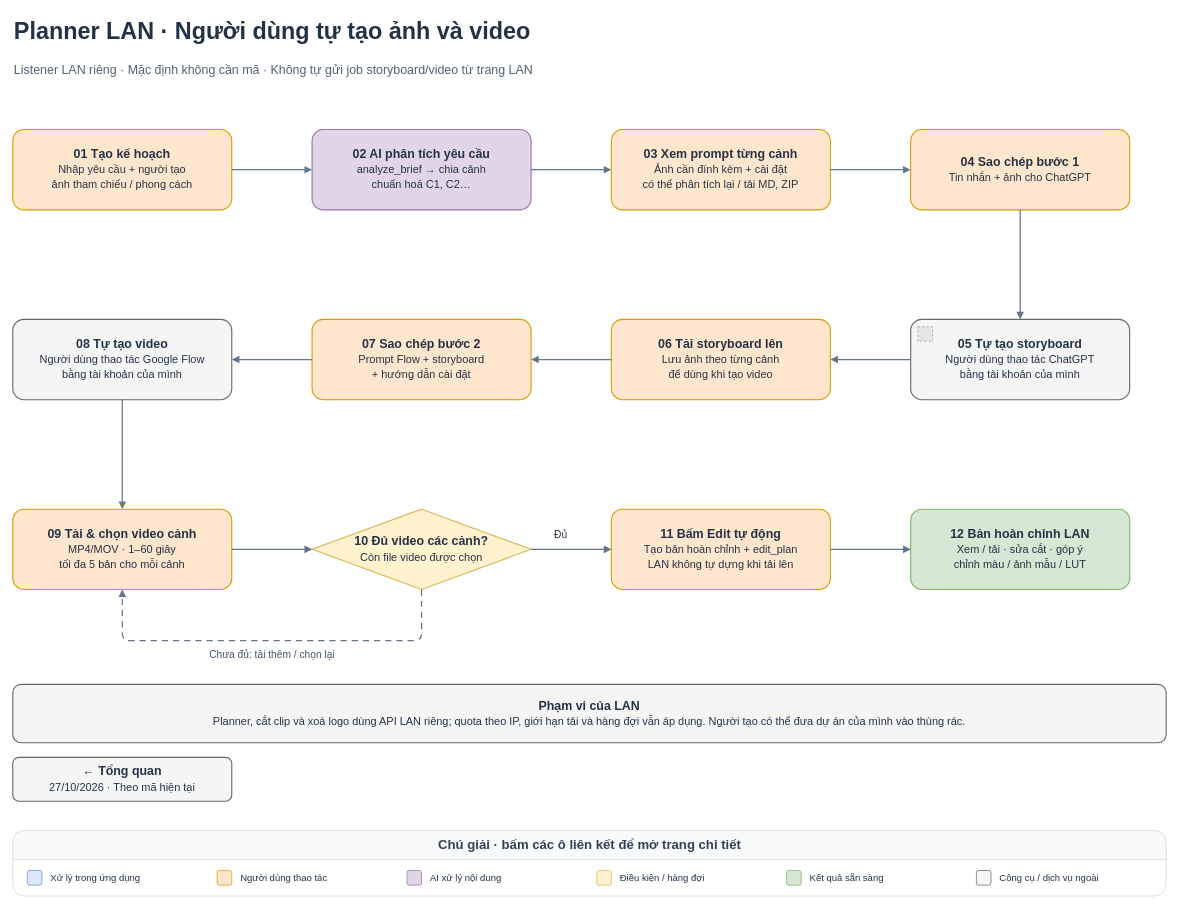
Above: page "03 · Planner LAN" (3 of 6) of autovideo-quy-trinh.drawio in thainv02/ai-vinhgia (draw.io), before the change. Source tidied: cells renumbered, new cells numbered last; positions are measured from the earlier drawing's top-left corner, leaving out a move shared by most shapes. Both pictures are drawn from the tidied source at 73%, with x=0, y=0 at pixel (12, 12). Pictures stored in the file or linked from it are replaced by grey dashed boxes.
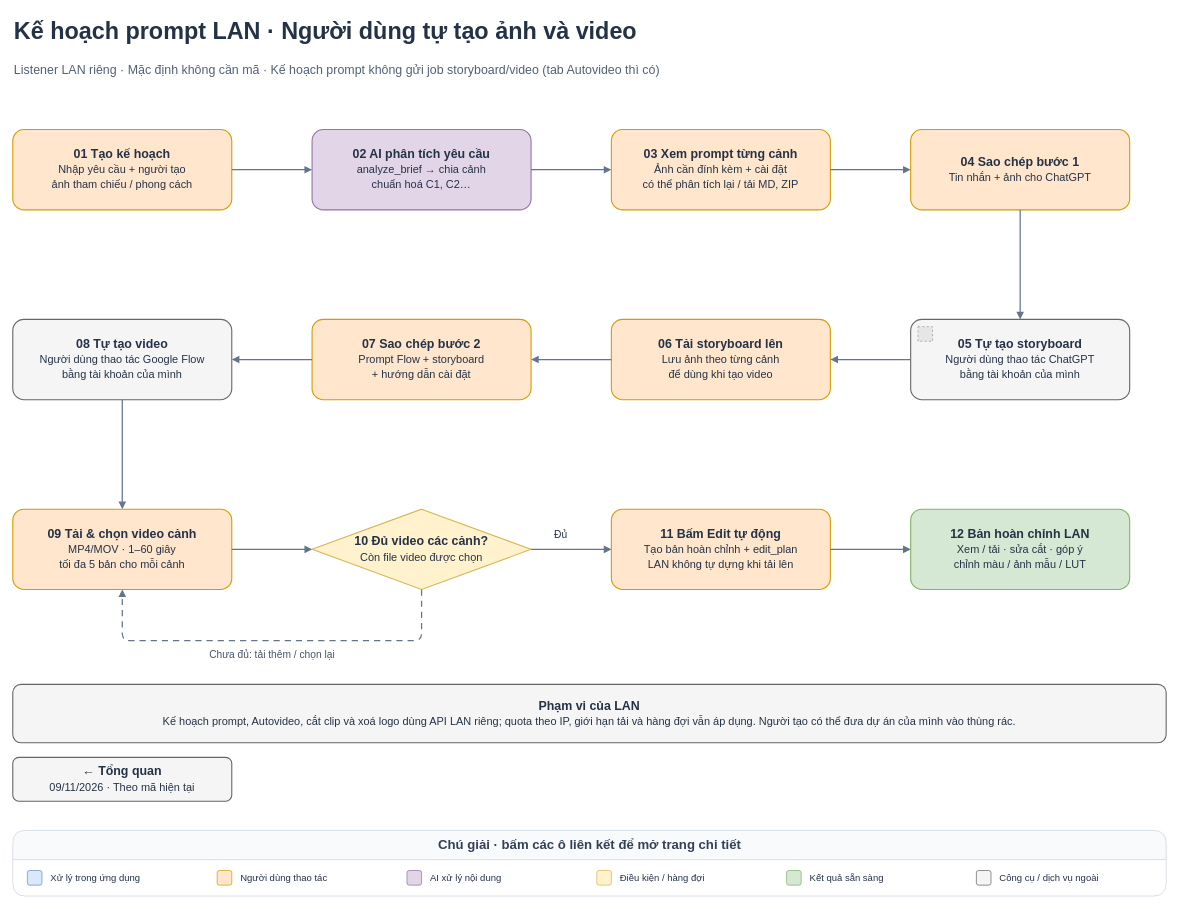
After the change.

What changed in the source:
```diff
@@
-    <mxCell id="2" value="Planner LAN · Người dùng tự tạo ảnh và video" style="text;html=1;whiteSpace=wrap;align=left;verticalAlign=middle;fontFamily=Arial;fontSize=32;fontColor=#243247;fontStyle=1;strokeColor=none;fillColor=none;" parent="1" vertex="1">
+    <mxCell id="2" value="Kế hoạch prompt LAN · Người dùng tự tạo ảnh và video" style="text;html=1;whiteSpace=wrap;align=left;verticalAlign=middle;fontFamily=Arial;fontSize=32;fontColor=#243247;fontStyle=1;strokeColor=none;fillColor=none;" parent="1" vertex="1">
       <mxGeometry width="1580" height="50" as="geometry" />
     </mxCell>
-    <mxCell id="3" value="Listener LAN riêng · Mặc định không cần mã · Không tự gửi job storyboard/video từ trang LAN" style="text;html=1;whiteSpace=wrap;align=left;verticalAlign=middle;fontFamily=Arial;fontSize=17;fontColor=#526174;fontStyle=0;strokeColor=none;fillColor=none;" parent="1" vertex="1">
+    <mxCell id="3" value="Listener LAN riêng · Mặc định không cần mã · Kế hoạch prompt không gửi job storyboard/video (tab Autovideo thì có)" style="text;html=1;whiteSpace=wrap;align=left;verticalAlign=middle;fontFamily=Arial;fontSize=17;fontColor=#526174;fontStyle=0;strokeColor=none;fillColor=none;" parent="1" vertex="1">
       <mxGeometry y="60" width="1580" height="40" as="geometry" />
     </mxCell>
@@
-    <mxCell id="29" value="&lt;b&gt;Phạm vi của LAN&lt;/b&gt;&lt;br/&gt;&lt;font style=&quot;font-size:15px&quot;&gt;Planner, cắt clip và xoá logo dùng API LAN riêng; quota theo IP, giới hạn tải và hàng đợi vẫn áp dụng. Người tạo có thể đưa dự án của mình vào thùng rác.&lt;/font&gt;" style="rounded=1;arcSize=14;whiteSpace=wrap;html=1;fillColor=#f5f5f5;strokeColor=#666666;strokeWidth=1.5;fontFamily=Arial;fontSize=17;fontColor=#243247;spacing=12;align=center;verticalAlign=middle;" parent="1" vertex="1">
+    <mxCell id="29" value="&lt;b&gt;Phạm vi của LAN&lt;/b&gt;&lt;br/&gt;&lt;font style=&quot;font-size:15px&quot;&gt;Kế hoạch prompt, Autovideo, cắt clip và xoá logo dùng API LAN riêng; quota theo IP, giới hạn tải và hàng đợi vẫn áp dụng. Người tạo có thể đưa dự án của mình vào thùng rác.&lt;/font&gt;" style="rounded=1;arcSize=14;whiteSpace=wrap;html=1;fillColor=#f5f5f5;strokeColor=#666666;strokeWidth=1.5;fontFamily=Arial;fontSize=17;fontColor=#243247;spacing=12;align=center;verticalAlign=middle;" parent="1" vertex="1">
       <mxGeometry y="920" width="1580" height="80" as="geometry" />
     </mxCell>
-    <mxCell id="30" value="&lt;b&gt;← Tổng quan&lt;/b&gt;&lt;br/&gt;&lt;font style=&quot;font-size:15px&quot;&gt;27/10/2026 · Theo mã hiện tại&lt;/font&gt;" style="rounded=1;arcSize=14;whiteSpace=wrap;html=1;fillColor=#f5f5f5;strokeColor=#666666;strokeWidth=1.5;fontFamily=Arial;fontSize=17;fontColor=#243247;spacing=12;align=center;verticalAlign=middle;" parent="1" vertex="1">
+    <mxCell id="30" value="&lt;b&gt;← Tổng quan&lt;/b&gt;&lt;br/&gt;&lt;font style=&quot;font-size:15px&quot;&gt;09/11/2026 · Theo mã hiện tại&lt;/font&gt;" style="rounded=1;arcSize=14;whiteSpace=wrap;html=1;fillColor=#f5f5f5;strokeColor=#666666;strokeWidth=1.5;fontFamily=Arial;fontSize=17;fontColor=#243247;spacing=12;align=center;verticalAlign=middle;" parent="1" vertex="1">
       <mxGeometry y="1020" width="300" height="60" as="geometry" />
     </mxCell>
```
